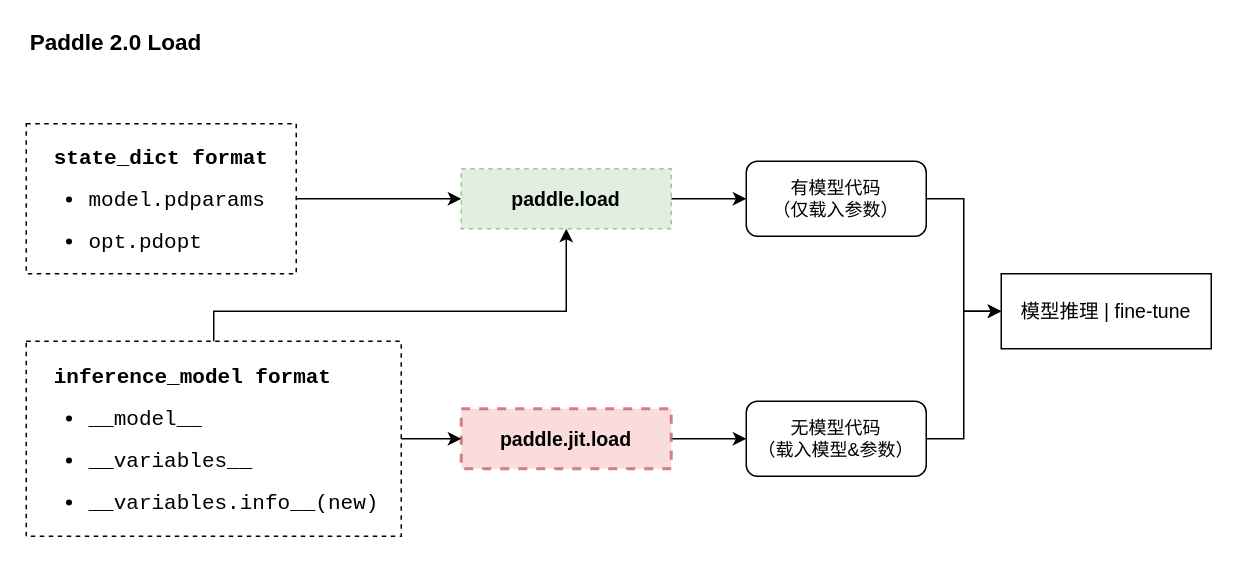
The draw.io diagram page "load2.0" (6 of 6) of save-load.drawio in chenwhql/diagrams, before the edit. Source tidied: cells renumbered, new cells numbered last; positions are measured from the earlier drawing's top-left corner, leaving out a move shared by most shapes. Both pictures are drawn from the tidied source at 150%, with x=0, y=0 at pixel (26, 26).
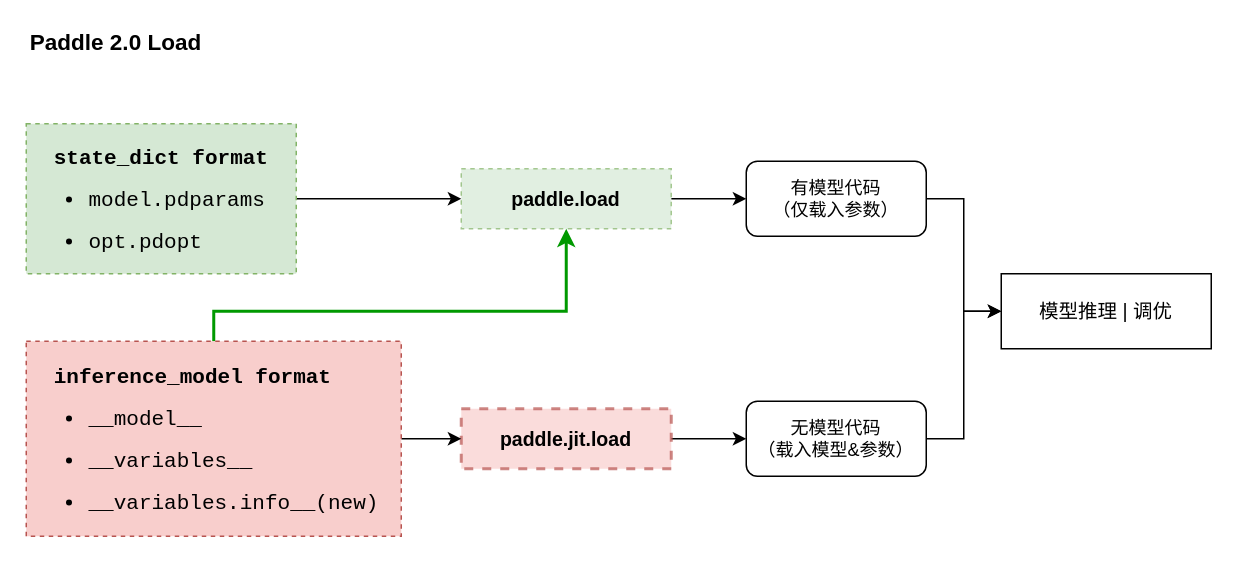
After the change.

Change to the diagram source:
```diff
@@
 <mxGraphModel>
   <root>
     <mxCell id="0" />
     <mxCell id="1" parent="0" />
     <mxCell id="2" style="edgeStyle=orthogonalEdgeStyle;rounded=0;jettySize=auto;html=1;exitX=1;exitY=0.5;exitDx=0;exitDy=0;entryX=0;entryY=0.5;entryDx=0;entryDy=0;fontSize=15;" parent="1" edge="1" source="3" target="13">
       <mxGeometry relative="1" as="geometry" />
     </mxCell>
     <mxCell id="3" value="&lt;span&gt;paddle.load&lt;/span&gt;" style="rounded=0;whiteSpace=wrap;html=1;dashed=1;fontSize=13;opacity=70;fillColor=#d5e8d4;strokeColor=#82b366;fontStyle=1;" parent="1" vertex="1">
       <mxGeometry x="290" y="95" width="140" height="40" as="geometry" />
     </mxCell>
     <mxCell id="4" style="edgeStyle=orthogonalEdgeStyle;rounded=0;jettySize=auto;html=1;exitX=1;exitY=0.5;exitDx=0;exitDy=0;fontSize=15;" parent="1" edge="1" source="5" target="15">
       <mxGeometry relative="1" as="geometry" />
     </mxCell>
     <mxCell id="5" value="&lt;span&gt;paddle.jit.load&lt;/span&gt;" style="rounded=0;whiteSpace=wrap;html=1;dashed=1;fontSize=13;opacity=70;fillColor=#f8cecc;strokeColor=#b85450;strokeWidth=2;fontStyle=1;" parent="1" vertex="1">
       <mxGeometry x="290" y="255" width="140" height="40" as="geometry" />
     </mxCell>
     <mxCell id="6" value="Paddle 2.0 Load" style="text;html=1;strokeColor=none;fillColor=none;align=center;verticalAlign=middle;whiteSpace=wrap;rounded=0;dashed=1;fontSize=15;opacity=70;fontStyle=1;" parent="1" vertex="1">
       <mxGeometry width="120" height="20" as="geometry" />
     </mxCell>
     <mxCell id="7" style="edgeStyle=orthogonalEdgeStyle;rounded=0;jettySize=auto;html=1;exitX=1;exitY=0.5;exitDx=0;exitDy=0;entryX=0;entryY=0.5;entryDx=0;entryDy=0;fontSize=15;" parent="1" edge="1" source="8" target="3">
       <mxGeometry relative="1" as="geometry" />
     </mxCell>
-    <mxCell id="8" value="&lt;pre&gt;&lt;pre style=&quot;font-size: 14px ; line-height: 100%&quot;&gt;&lt;font face=&quot;Courier New&quot; style=&quot;font-size: 14px&quot;&gt;&lt;span style=&quot;font-weight: 700 ; text-align: center&quot;&gt;  state_dict&amp;nbsp;&lt;/span&gt;&lt;span style=&quot;font-weight: 700 ; text-align: center&quot;&gt;format&lt;/span&gt;&lt;/font&gt;&lt;ul&gt;&lt;li&gt;model.pdparams&lt;/li&gt;&lt;/ul&gt;&lt;ul&gt;&lt;li&gt;opt.pdopt&lt;/li&gt;&lt;/ul&gt;&lt;/pre&gt;&lt;/pre&gt;" style="text;html=1;fillColor=none;align=left;verticalAlign=middle;whiteSpace=wrap;rounded=0;fontSize=15;dashed=1;strokeColor=#000000;" parent="1" vertex="1">
+    <mxCell id="8" value="&lt;pre&gt;&lt;pre style=&quot;font-size: 14px ; line-height: 100%&quot;&gt;&lt;font face=&quot;Courier New&quot; style=&quot;font-size: 14px&quot;&gt;&lt;span style=&quot;font-weight: 700 ; text-align: center&quot;&gt;  state_dict&amp;nbsp;&lt;/span&gt;&lt;span style=&quot;font-weight: 700 ; text-align: center&quot;&gt;format&lt;/span&gt;&lt;/font&gt;&lt;ul&gt;&lt;li&gt;model.pdparams&lt;/li&gt;&lt;/ul&gt;&lt;ul&gt;&lt;li&gt;opt.pdopt&lt;/li&gt;&lt;/ul&gt;&lt;/pre&gt;&lt;/pre&gt;" style="text;html=1;fillColor=#d5e8d4;align=left;verticalAlign=middle;whiteSpace=wrap;rounded=0;fontSize=15;dashed=1;strokeWidth=1;strokeColor=#82b366;" parent="1" vertex="1">
       <mxGeometry y="65" width="180" height="100" as="geometry" />
     </mxCell>
     <mxCell id="9" style="edgeStyle=orthogonalEdgeStyle;rounded=0;jettySize=auto;html=1;exitX=1;exitY=0.5;exitDx=0;exitDy=0;entryX=0;entryY=0.5;entryDx=0;entryDy=0;fontSize=15;" parent="1" edge="1" source="11" target="5">
       <mxGeometry relative="1" as="geometry" />
     </mxCell>
-    <mxCell id="10" style="edgeStyle=orthogonalEdgeStyle;rounded=0;jettySize=auto;html=1;exitX=0.5;exitY=0;exitDx=0;exitDy=0;entryX=0.5;entryY=1;entryDx=0;entryDy=0;fontSize=15;" parent="1" edge="1" source="11" target="3">
+    <mxCell id="10" style="edgeStyle=orthogonalEdgeStyle;rounded=0;jettySize=auto;html=1;exitX=0.5;exitY=0;exitDx=0;exitDy=0;entryX=0.5;entryY=1;entryDx=0;entryDy=0;fontSize=15;strokeWidth=2;strokeColor=#009900;" parent="1" edge="1" source="11" target="3">
       <mxGeometry relative="1" as="geometry">
         <Array as="points">
           <mxPoint x="125" y="190" />
           <mxPoint x="360" y="190" />
         </Array>
       </mxGeometry>
     </mxCell>
-    <mxCell id="11" value="&lt;pre&gt;&lt;pre style=&quot;font-size: 14px ; line-height: 100%&quot;&gt;&lt;font face=&quot;Courier New&quot; style=&quot;font-size: 14px&quot;&gt;&lt;span style=&quot;font-weight: 700 ; text-align: center&quot;&gt;  inference_model&amp;nbsp;&lt;/span&gt;&lt;span style=&quot;font-weight: 700 ; text-align: center&quot;&gt;format&lt;/span&gt;&lt;/font&gt;&lt;pre&gt;&lt;ul&gt;&lt;li&gt;__model__&lt;/li&gt;&lt;/ul&gt;&lt;ul&gt;&lt;li&gt;__variables__&lt;/li&gt;&lt;/ul&gt;&lt;ul&gt;&lt;li&gt;__variables.info__(new)&lt;/li&gt;&lt;/ul&gt;&lt;/pre&gt;&lt;/pre&gt;&lt;/pre&gt;" style="text;html=1;fillColor=none;align=left;verticalAlign=middle;whiteSpace=wrap;rounded=0;fontSize=15;dashed=1;strokeColor=#000000;" parent="1" vertex="1">
+    <mxCell id="11" value="&lt;pre&gt;&lt;pre style=&quot;font-size: 14px ; line-height: 100%&quot;&gt;&lt;font face=&quot;Courier New&quot; style=&quot;font-size: 14px&quot;&gt;&lt;span style=&quot;font-weight: 700 ; text-align: center&quot;&gt;  inference_model&amp;nbsp;&lt;/span&gt;&lt;span style=&quot;font-weight: 700 ; text-align: center&quot;&gt;format&lt;/span&gt;&lt;/font&gt;&lt;pre&gt;&lt;ul&gt;&lt;li&gt;__model__&lt;/li&gt;&lt;/ul&gt;&lt;ul&gt;&lt;li&gt;__variables__&lt;/li&gt;&lt;/ul&gt;&lt;ul&gt;&lt;li&gt;__variables.info__(new)&lt;/li&gt;&lt;/ul&gt;&lt;/pre&gt;&lt;/pre&gt;&lt;/pre&gt;" style="text;html=1;fillColor=#f8cecc;align=left;verticalAlign=middle;whiteSpace=wrap;rounded=0;fontSize=15;dashed=1;strokeColor=#b85450;strokeWidth=1;" parent="1" vertex="1">
       <mxGeometry y="210" width="250" height="130" as="geometry" />
     </mxCell>
     <mxCell id="12" style="edgeStyle=orthogonalEdgeStyle;rounded=0;jettySize=auto;html=1;exitX=1;exitY=0.5;exitDx=0;exitDy=0;entryX=0;entryY=0.5;entryDx=0;entryDy=0;fontSize=15;" parent="1" edge="1" source="13" target="16">
       <mxGeometry relative="1" as="geometry" />
     </mxCell>
     <mxCell id="13" value="有模型代码&lt;br&gt;（仅载入参数）" style="rounded=1;whiteSpace=wrap;html=1;" parent="1" vertex="1">
       <mxGeometry x="480" y="90" width="120" height="50" as="geometry" />
     </mxCell>
     <mxCell id="14" style="edgeStyle=orthogonalEdgeStyle;rounded=0;jettySize=auto;html=1;exitX=1;exitY=0.5;exitDx=0;exitDy=0;fontSize=15;entryX=0;entryY=0.5;entryDx=0;entryDy=0;" parent="1" edge="1" source="15" target="16">
       <mxGeometry relative="1" as="geometry" />
     </mxCell>
     <mxCell id="15" value="无模型代码&lt;br&gt;（载入模型&amp;amp;参数）" style="rounded=1;whiteSpace=wrap;html=1;" parent="1" vertex="1">
       <mxGeometry x="480" y="250" width="120" height="50" as="geometry" />
     </mxCell>
-    <mxCell id="16" value="模型推理 | fine-tune" style="rounded=0;whiteSpace=wrap;html=1;fontSize=13;" parent="1" vertex="1">
+    <mxCell id="16" value="模型推理 | 调优" style="rounded=0;whiteSpace=wrap;html=1;fontSize=13;" parent="1" vertex="1">
       <mxGeometry x="650" y="165" width="140" height="50" as="geometry" />
     </mxCell>
   </root>
 </mxGraphModel>
```
